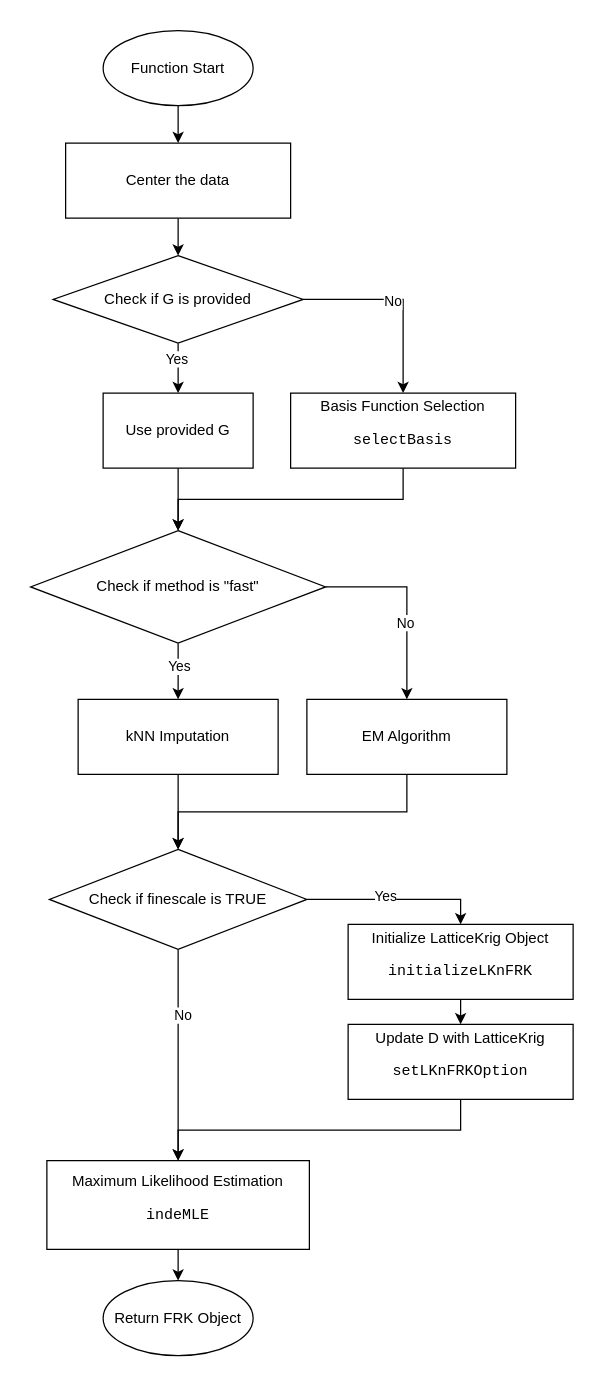
Josh-test-lab/autoFRK-python keeps this draw.io diagram as page "autoFRK" (1 of 2) of flowcharts/autoFRK.drawio. Above is the earlier version. Source tidied: cells renumbered, new cells numbered last; positions are measured from the earlier drawing's top-left corner, leaving out a move shared by most shapes. Both pictures are drawn from the tidied source at 125%, with x=0, y=0 at pixel (30, 30).
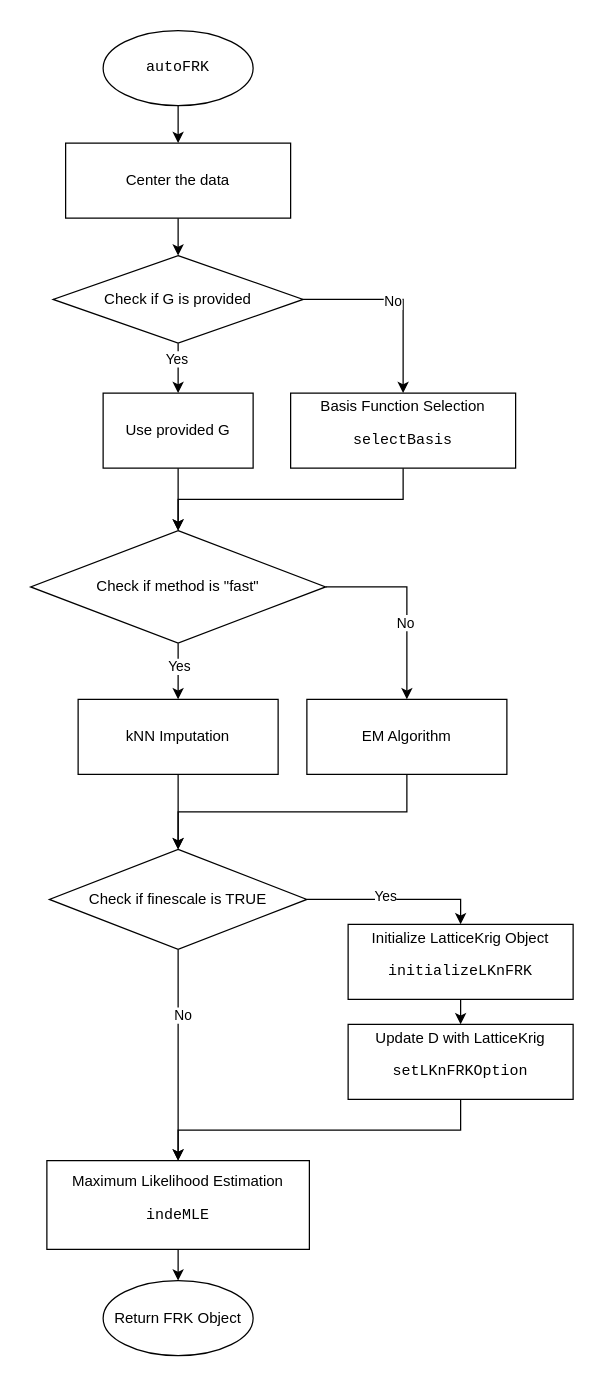
The same diagram, later.

Diff of the diagram source:
```diff
@@
-    <mxCell id="3" value="Function Start" style="ellipse;whiteSpace=wrap;html=1;" parent="1" vertex="1">
+    <mxCell id="3" value="&lt;pre&gt;&lt;span style=&quot;background-color: initial;&quot;&gt;autoFRK&lt;/span&gt;&lt;/pre&gt;" style="ellipse;whiteSpace=wrap;html=1;" parent="1" vertex="1">
       <mxGeometry x="58" width="120" height="60" as="geometry" />
     </mxCell>
```
